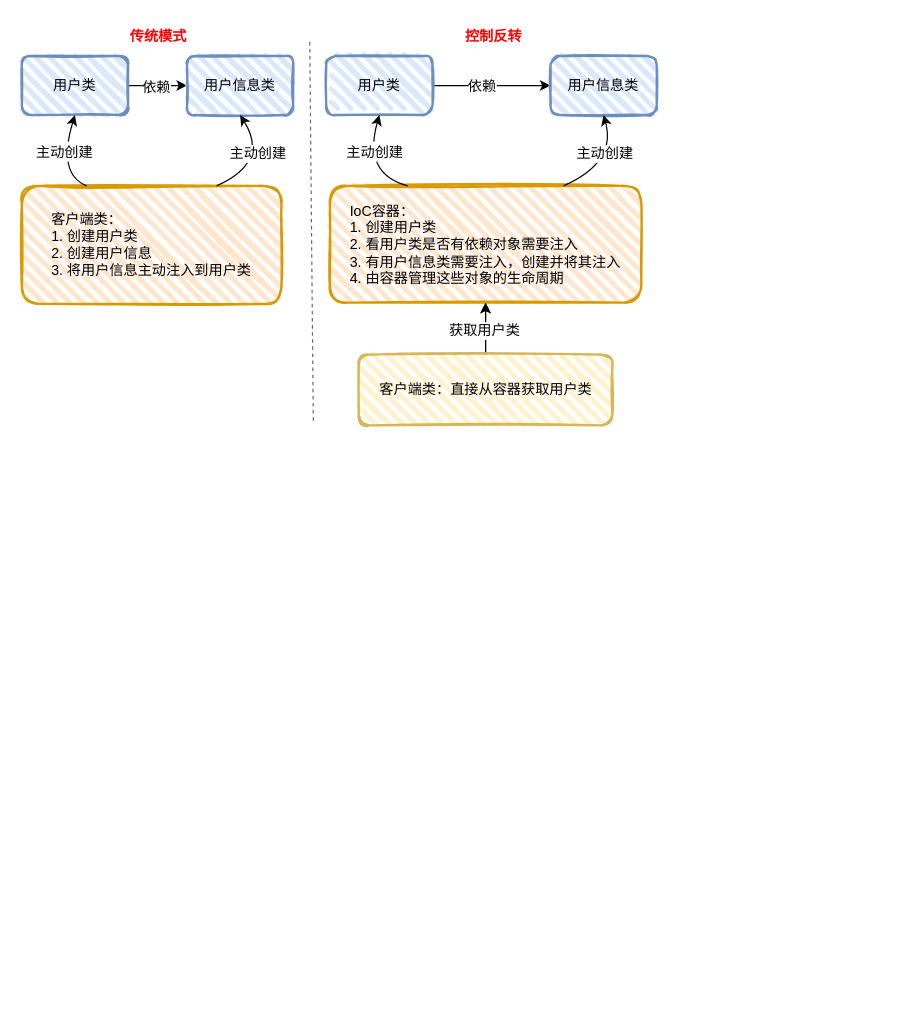
The draw.io diagram drawfile/Bean生命周期.drawio in lml200701158/draw, before the edit. Source tidied: cells renumbered, new cells numbered last; positions are measured from the earlier drawing's top-left corner, leaving out a move shared by most shapes. Both pictures are drawn from the tidied source at 118%, with x=0, y=0 at pixel (21, 20).
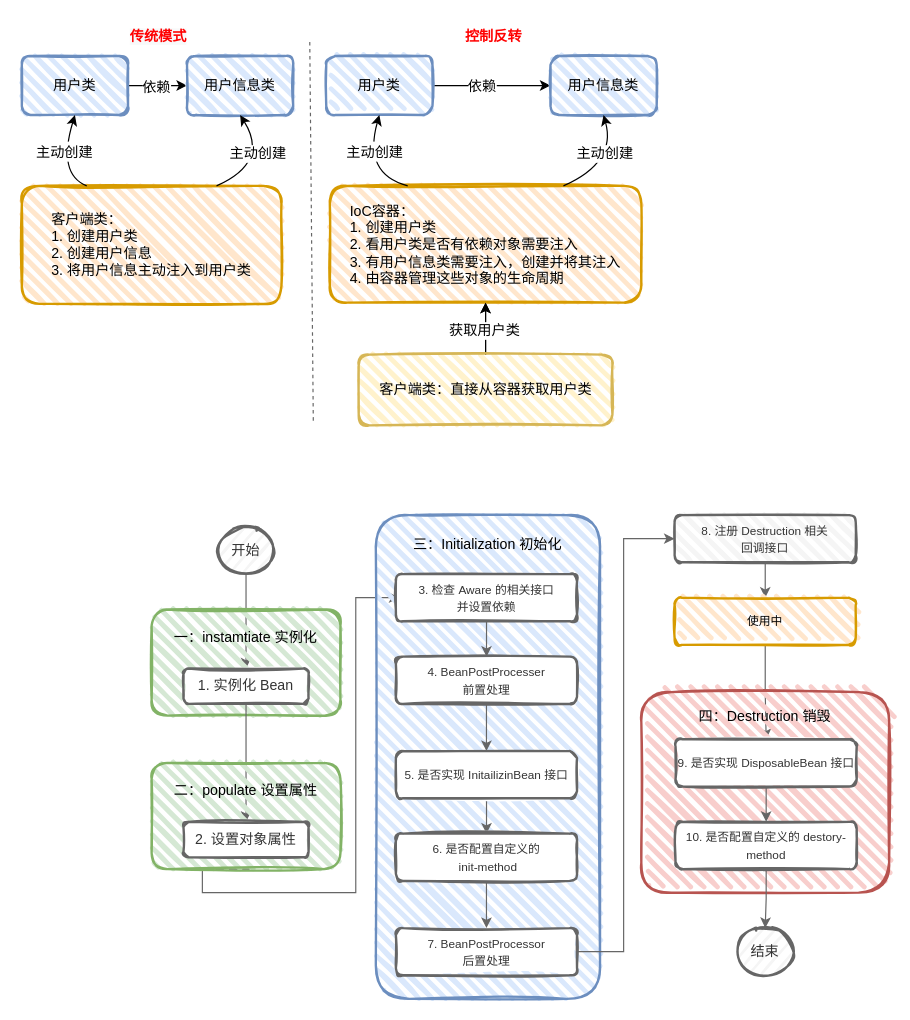
The same diagram, later.

Commit message:
更新Bean生命周期.drawio

The edit, as a diff of the source:
```diff
@@
+    <mxCell id="27" style="edgeStyle=orthogonalEdgeStyle;rounded=0;jettySize=auto;html=1;fontSize=10;fontColor=#333333;strokeColor=#666666;" parent="1" edge="1" source="28" target="31">
+      <mxGeometry relative="1" as="geometry" />
+    </mxCell>
+    <mxCell id="28" value="开始" style="ellipse;whiteSpace=wrap;html=1;strokeWidth=2;fillWeight=2;hachureGap=8;fillColor=#f5f5f5;fillStyle=dots;sketch=1;fontSize=12;strokeColor=#666666;fontColor=#333333;" parent="1" vertex="1">
+      <mxGeometry x="165" y="429" width="50" height="40" as="geometry" />
+    </mxCell>
+    <mxCell id="29" value="&lt;font style=&quot;font-size: 12px;&quot;&gt;一：instamtiate 实例化&lt;br&gt;&lt;br&gt;&lt;br&gt;&lt;br&gt;&lt;/font&gt;" style="rounded=1;whiteSpace=wrap;html=1;strokeWidth=2;fillWeight=4;hachureGap=8;hachureAngle=45;fillColor=#d5e8d4;sketch=1;strokeColor=#82b366;" parent="1" vertex="1">
+      <mxGeometry x="110" y="499" width="160" height="90" as="geometry" />
+    </mxCell>
+    <mxCell id="30" style="edgeStyle=orthogonalEdgeStyle;rounded=0;jettySize=auto;html=1;fontSize=10;fontColor=#333333;strokeColor=#666666;" parent="1" edge="1" source="31" target="34">
+      <mxGeometry relative="1" as="geometry" />
+    </mxCell>
+    <mxCell id="31" value="1. 实例化 Bean" style="rounded=1;whiteSpace=wrap;html=1;strokeWidth=2;fillWeight=4;hachureGap=8;hachureAngle=45;fillColor=default;sketch=1;fontSize=12;strokeColor=#666666;fontColor=#333333;" parent="1" vertex="1">
+      <mxGeometry x="137" y="549" width="106" height="30" as="geometry" />
+    </mxCell>
+    <mxCell id="32" style="edgeStyle=orthogonalEdgeStyle;rounded=0;orthogonalLoop=1;jettySize=auto;html=1;fontSize=10;fontColor=#333333;strokeColor=#666666;entryX=0;entryY=0.5;entryDx=0;entryDy=0;exitX=0.5;exitY=1;exitDx=0;exitDy=0;" parent="1" edge="1">
+      <mxGeometry relative="1" as="geometry">
+        <mxPoint x="193" y="719" as="sourcePoint" />
+        <mxPoint x="320" y="489" as="targetPoint" />
+        <Array as="points">
+          <mxPoint x="153" y="719" />
+          <mxPoint x="153" y="739" />
+          <mxPoint x="283" y="739" />
+          <mxPoint x="283" y="489" />
+        </Array>
+      </mxGeometry>
+    </mxCell>
+    <mxCell id="33" value="&lt;font style=&quot;font-size: 12px;&quot;&gt;二：populate 设置属性&lt;br&gt;&lt;br&gt;&lt;br&gt;&lt;br&gt;&lt;/font&gt;" style="rounded=1;whiteSpace=wrap;html=1;strokeWidth=2;fillWeight=4;hachureGap=8;hachureAngle=45;fillColor=#d5e8d4;sketch=1;strokeColor=#82b366;" parent="1" vertex="1">
+      <mxGeometry x="110" y="629" width="160" height="90" as="geometry" />
+    </mxCell>
+    <mxCell id="34" value="2. 设置对象属性" style="rounded=1;whiteSpace=wrap;html=1;strokeWidth=2;fillWeight=4;hachureGap=8;hachureAngle=45;fillColor=default;sketch=1;fontSize=12;strokeColor=#666666;fontColor=#333333;" parent="1" vertex="1">
+      <mxGeometry x="137" y="679" width="106" height="30" as="geometry" />
+    </mxCell>
+    <mxCell id="35" value="&lt;font style=&quot;font-size: 12px;&quot;&gt;三：Initialization 初始化&lt;br&gt;&lt;br&gt;&lt;br&gt;&lt;br&gt;&lt;br&gt;&lt;br&gt;&lt;br&gt;&lt;br&gt;&lt;br&gt;&lt;br&gt;&lt;br&gt;&lt;br&gt;&lt;br&gt;&lt;br&gt;&lt;br&gt;&lt;br&gt;&lt;br&gt;&lt;br&gt;&lt;br&gt;&lt;br&gt;&lt;br&gt;&lt;br&gt;&lt;br&gt;&lt;br&gt;&lt;br&gt;&lt;br&gt;&lt;/font&gt;" style="rounded=1;whiteSpace=wrap;html=1;strokeWidth=2;fillWeight=4;hachureGap=8;hachureAngle=45;fillColor=#dae8fc;sketch=1;strokeColor=#6c8ebf;" parent="1" vertex="1">
+      <mxGeometry x="300" y="419" width="190" height="410" as="geometry" />
+    </mxCell>
+    <mxCell id="36" style="edgeStyle=orthogonalEdgeStyle;rounded=0;jettySize=auto;html=1;fontSize=10;fontColor=#333333;strokeColor=#666666;" parent="1" edge="1" source="37" target="39">
+      <mxGeometry relative="1" as="geometry" />
+    </mxCell>
+    <mxCell id="37" value="&lt;font style=&quot;font-size: 10px;&quot;&gt;3. 检查 Aware 的相关接口&lt;br&gt;并设置依赖&lt;/font&gt;" style="rounded=1;whiteSpace=wrap;html=1;strokeWidth=2;fillWeight=4;hachureGap=8;hachureAngle=45;fillColor=default;sketch=1;fontSize=12;strokeColor=#666666;fontColor=#333333;" parent="1" vertex="1">
+      <mxGeometry x="317" y="469" width="153.5" height="40" as="geometry" />
+    </mxCell>
+    <mxCell id="38" style="edgeStyle=orthogonalEdgeStyle;rounded=0;jettySize=auto;html=1;fontSize=10;fontColor=#333333;strokeColor=#666666;" parent="1" edge="1" source="39" target="41">
+      <mxGeometry relative="1" as="geometry" />
+    </mxCell>
+    <mxCell id="39" value="&lt;font style=&quot;font-size: 10px;&quot;&gt;4. BeanPostProcesser &lt;br&gt;前置处理&lt;/font&gt;" style="rounded=1;whiteSpace=wrap;html=1;strokeWidth=2;fillWeight=4;hachureGap=8;hachureAngle=45;fillColor=default;sketch=1;fontSize=12;strokeColor=#666666;fontColor=#333333;" parent="1" vertex="1">
+      <mxGeometry x="317" y="539" width="153.5" height="40" as="geometry" />
+    </mxCell>
+    <mxCell id="40" style="edgeStyle=orthogonalEdgeStyle;rounded=0;jettySize=auto;html=1;fontSize=10;fontColor=#333333;strokeColor=#666666;entryX=0.5;entryY=0;entryDx=0;entryDy=0;" parent="1" edge="1" source="41" target="43">
+      <mxGeometry relative="1" as="geometry" />
+    </mxCell>
+    <mxCell id="41" value="&lt;font style=&quot;font-size: 10px;&quot;&gt;5. 是否实现 InitailizinBean 接口&lt;/font&gt;" style="rounded=1;whiteSpace=wrap;html=1;strokeWidth=2;fillWeight=4;hachureGap=8;hachureAngle=45;fillColor=default;sketch=1;fontSize=12;strokeColor=#666666;fontColor=#333333;" parent="1" vertex="1">
+      <mxGeometry x="317" y="619" width="153.5" height="40" as="geometry" />
+    </mxCell>
+    <mxCell id="42" style="edgeStyle=orthogonalEdgeStyle;rounded=0;jettySize=auto;html=1;fontSize=10;fontColor=#333333;strokeColor=#666666;" parent="1" edge="1" source="43" target="45">
+      <mxGeometry relative="1" as="geometry" />
+    </mxCell>
+    <mxCell id="43" value="&lt;font style=&quot;font-size: 10px;&quot;&gt;6. 是否配置自定义的&lt;br&gt;&amp;nbsp;init-method&lt;/font&gt;" style="rounded=1;whiteSpace=wrap;html=1;strokeWidth=2;fillWeight=4;hachureGap=8;hachureAngle=45;fillColor=default;sketch=1;fontSize=12;strokeColor=#666666;fontColor=#333333;" parent="1" vertex="1">
+      <mxGeometry x="317" y="689" width="153.5" height="40" as="geometry" />
+    </mxCell>
+    <mxCell id="44" style="edgeStyle=orthogonalEdgeStyle;rounded=0;jettySize=auto;html=1;fontSize=10;fontColor=#333333;strokeColor=#666666;entryX=0;entryY=0.5;entryDx=0;entryDy=0;" parent="1" edge="1" source="45" target="47">
+      <mxGeometry relative="1" as="geometry">
+        <Array as="points">
+          <mxPoint x="510" y="789" />
+          <mxPoint x="510" y="439" />
+        </Array>
+      </mxGeometry>
+    </mxCell>
+    <mxCell id="45" value="&lt;font style=&quot;font-size: 10px;&quot;&gt;7. BeanPostProcessor&lt;br&gt;后置处理&lt;br&gt;&lt;/font&gt;" style="rounded=1;whiteSpace=wrap;html=1;strokeWidth=2;fillWeight=4;hachureGap=8;hachureAngle=45;fillColor=default;sketch=1;fontSize=12;strokeColor=#666666;fontColor=#333333;" parent="1" vertex="1">
+      <mxGeometry x="317" y="769" width="153.5" height="40" as="geometry" />
+    </mxCell>
+    <mxCell id="46" style="edgeStyle=orthogonalEdgeStyle;rounded=0;jettySize=auto;html=1;fontSize=10;fontColor=#333333;strokeColor=#666666;" parent="1" edge="1" source="47" target="49">
+      <mxGeometry relative="1" as="geometry" />
+    </mxCell>
+    <mxCell id="47" value="&lt;font style=&quot;font-size: 10px;&quot;&gt;8. 注册 Destruction 相关&lt;br&gt;回调接口&lt;br&gt;&lt;/font&gt;" style="rounded=1;whiteSpace=wrap;html=1;strokeWidth=2;fillWeight=4;hachureGap=8;hachureAngle=45;fillColor=#f5f5f5;sketch=1;fontSize=12;strokeColor=#666666;fontColor=#333333;" parent="1" vertex="1">
+      <mxGeometry x="553.2" y="419" width="153.5" height="40" as="geometry" />
+    </mxCell>
+    <mxCell id="48" style="edgeStyle=orthogonalEdgeStyle;rounded=0;jettySize=auto;html=1;fontSize=10;fontColor=#333333;strokeColor=#666666;" parent="1" edge="1" source="49" target="52">
+      <mxGeometry relative="1" as="geometry" />
+    </mxCell>
+    <mxCell id="49" value="&lt;font style=&quot;font-size: 10px;&quot;&gt;使用中&lt;br&gt;&lt;/font&gt;" style="rounded=1;whiteSpace=wrap;html=1;strokeWidth=2;fillWeight=4;hachureGap=8;hachureAngle=45;fillColor=#ffe6cc;sketch=1;fontSize=12;strokeColor=#d79b00;" parent="1" vertex="1">
+      <mxGeometry x="553.2" y="489" width="153.5" height="40" as="geometry" />
+    </mxCell>
+    <mxCell id="50" value="&lt;font style=&quot;font-size: 12px;&quot;&gt;四：Destruction 销毁&lt;br&gt;&lt;br&gt;&lt;br&gt;&lt;br&gt;&lt;br&gt;&lt;br&gt;&lt;br&gt;&lt;br&gt;&lt;br&gt;&lt;br&gt;&lt;/font&gt;" style="rounded=1;whiteSpace=wrap;html=1;strokeWidth=2;fillWeight=4;hachureGap=8;hachureAngle=45;fillColor=#f8cecc;sketch=1;strokeColor=#b85450;" parent="1" vertex="1">
+      <mxGeometry x="525" y="569" width="210" height="170" as="geometry" />
+    </mxCell>
+    <mxCell id="51" style="edgeStyle=orthogonalEdgeStyle;rounded=0;jettySize=auto;html=1;fontSize=10;fontColor=#333333;strokeColor=#666666;" parent="1" edge="1" source="52" target="54">
+      <mxGeometry relative="1" as="geometry" />
+    </mxCell>
+    <mxCell id="52" value="&lt;font style=&quot;font-size: 10px;&quot;&gt;9. 是否实现 DisposableBean 接口&lt;/font&gt;" style="rounded=1;whiteSpace=wrap;html=1;strokeWidth=2;fillWeight=4;hachureGap=8;hachureAngle=45;fillColor=default;sketch=1;fontSize=12;strokeColor=#666666;fontColor=#333333;" parent="1" vertex="1">
+      <mxGeometry x="554" y="609" width="153.5" height="40" as="geometry" />
+    </mxCell>
+    <mxCell id="53" style="edgeStyle=orthogonalEdgeStyle;rounded=0;jettySize=auto;html=1;fontSize=10;fontColor=#333333;strokeColor=#666666;" parent="1" edge="1" source="54" target="55">
+      <mxGeometry relative="1" as="geometry" />
+    </mxCell>
+    <mxCell id="54" value="&lt;font style=&quot;font-size: 10px;&quot;&gt;10. 是否配置自定义的 destory-method&lt;/font&gt;" style="rounded=1;whiteSpace=wrap;html=1;strokeWidth=2;fillWeight=4;hachureGap=8;hachureAngle=45;fillColor=default;sketch=1;fontSize=12;strokeColor=#666666;fontColor=#333333;" parent="1" vertex="1">
+      <mxGeometry x="554" y="679" width="153.5" height="40" as="geometry" />
+    </mxCell>
+    <mxCell id="55" value="结束" style="ellipse;whiteSpace=wrap;html=1;strokeWidth=2;fillWeight=2;hachureGap=8;fillColor=#f5f5f5;fillStyle=dots;sketch=1;fontSize=12;strokeColor=#666666;fontColor=#333333;" parent="1" vertex="1">
+      <mxGeometry x="605" y="769" width="50" height="40" as="geometry" />
+    </mxCell>
```
